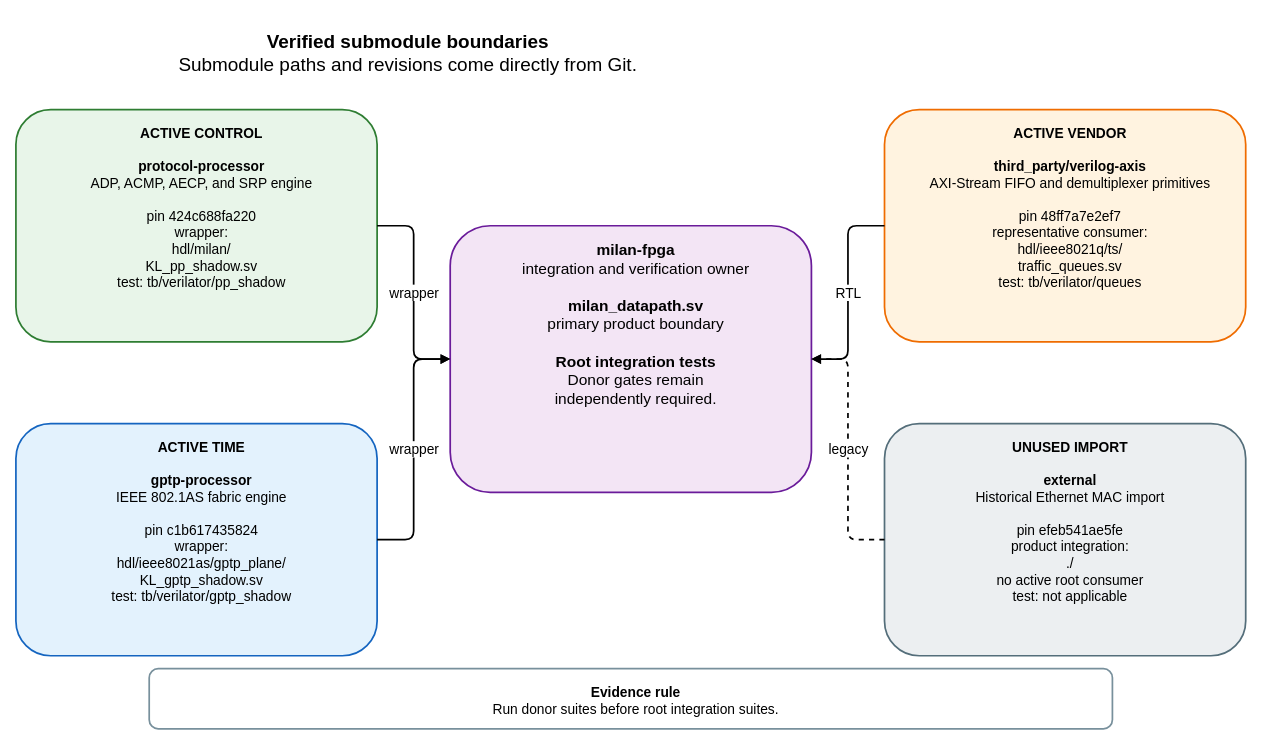
Earlier version of the draw.io diagram docs/diagrams/submodule_boundaries.drawio (kebag-logic/milan-fpga). Source tidied: cells renumbered, new cells numbered last; positions are measured from the earlier drawing's top-left corner, leaving out a move shared by most shapes. Both pictures are drawn from the tidied source at 86%, with x=0, y=0 at pixel (15, 15).
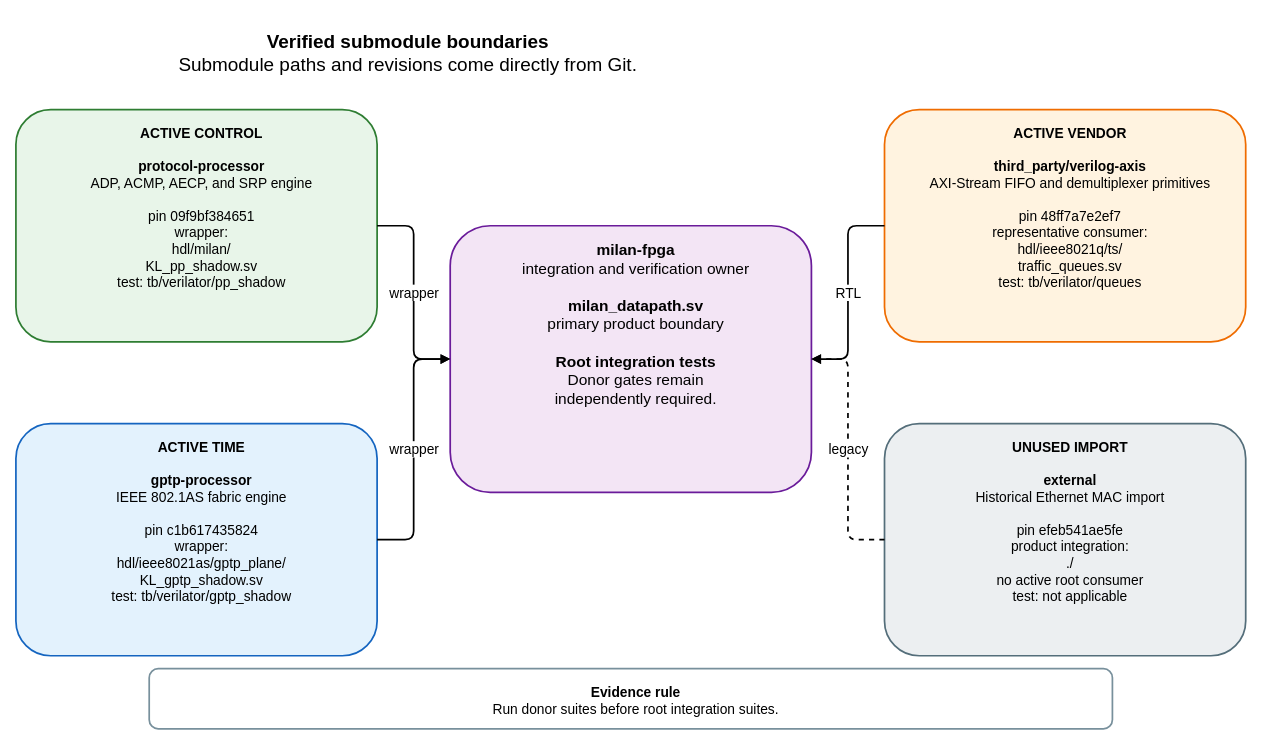
The same page after the edit.

Commit message (it also covers changes not shown here):
Pin the protocol processor at its merged per-type LeaveAll 09f9bf38, re-record its ROM digests and move the parent's line citations and MRP-5 row with it

What changed in the source:
```diff
@@
 <mxGraphModel>
   <root>
     <mxCell id="0" />
     <mxCell id="1" parent="0" />
     <mxCell id="2" value="&lt;b&gt;Verified submodule boundaries&lt;/b&gt;&lt;br&gt;Submodule paths and revisions come directly from Git." style="rounded=1;whiteSpace=wrap;html=1;verticalAlign=top;spacingTop=12;spacingLeft=12;fontSize=22;fontFamily=Helvetica;fillColor=none;strokeColor=none;strokeWidth=2;" parent="1" vertex="1">
       <mxGeometry width="900" height="65" as="geometry" />
     </mxCell>
     <mxCell id="3" value="&lt;b&gt;milan-fpga&lt;/b&gt;&lt;br&gt;integration and verification owner&lt;br&gt;&lt;br&gt;&lt;b&gt;milan_datapath.sv&lt;/b&gt;&lt;br&gt;primary product boundary&lt;br&gt;&lt;br&gt;&lt;b&gt;Root integration tests&lt;/b&gt;&lt;br&gt;Donor gates remain&lt;br&gt;independently required." style="rounded=1;whiteSpace=wrap;html=1;verticalAlign=top;spacingTop=12;spacingLeft=12;fontSize=18;fontFamily=Helvetica;fillColor=#F3E5F5;strokeColor=#6A1B9A;strokeWidth=2;" parent="1" vertex="1">
       <mxGeometry x="505" y="245" width="420" height="310" as="geometry" />
     </mxCell>
-    <mxCell id="4" value="&lt;b&gt;ACTIVE CONTROL&lt;/b&gt;&lt;br&gt;&lt;br&gt;&lt;b&gt;protocol-processor&lt;/b&gt;&lt;br&gt;ADP, ACMP, AECP, and SRP engine&lt;br&gt;&lt;br&gt;pin 424c688fa220&lt;br&gt;wrapper:&lt;br&gt;hdl/milan/&lt;br&gt;KL_pp_shadow.sv&lt;br&gt;test: tb/verilator/pp_shadow" style="rounded=1;whiteSpace=wrap;html=1;verticalAlign=top;spacingTop=12;spacingLeft=12;fontSize=16;fontFamily=Helvetica;fillColor=#E8F5E9;strokeColor=#2E7D32;strokeWidth=2;" parent="1" vertex="1">
+    <mxCell id="4" value="&lt;b&gt;ACTIVE CONTROL&lt;/b&gt;&lt;br&gt;&lt;br&gt;&lt;b&gt;protocol-processor&lt;/b&gt;&lt;br&gt;ADP, ACMP, AECP, and SRP engine&lt;br&gt;&lt;br&gt;pin 09f9bf384651&lt;br&gt;wrapper:&lt;br&gt;hdl/milan/&lt;br&gt;KL_pp_shadow.sv&lt;br&gt;test: tb/verilator/pp_shadow" style="rounded=1;whiteSpace=wrap;html=1;verticalAlign=top;spacingTop=12;spacingLeft=12;fontSize=16;fontFamily=Helvetica;fillColor=#E8F5E9;strokeColor=#2E7D32;strokeWidth=2;" parent="1" vertex="1">
       <mxGeometry y="110" width="420" height="270" as="geometry" />
     </mxCell>
     <mxCell id="5" value="&lt;b&gt;ACTIVE TIME&lt;/b&gt;&lt;br&gt;&lt;br&gt;&lt;b&gt;gptp-processor&lt;/b&gt;&lt;br&gt;IEEE 802.1AS fabric engine&lt;br&gt;&lt;br&gt;pin c1b617435824&lt;br&gt;wrapper:&lt;br&gt;hdl/ieee8021as/gptp_plane/&lt;br&gt;KL_gptp_shadow.sv&lt;br&gt;test: tb/verilator/gptp_shadow" style="rounded=1;whiteSpace=wrap;html=1;verticalAlign=top;spacingTop=12;spacingLeft=12;fontSize=16;fontFamily=Helvetica;fillColor=#E3F2FD;strokeColor=#1565C0;strokeWidth=2;" parent="1" vertex="1">
       <mxGeometry y="475" width="420" height="270" as="geometry" />
     </mxCell>
     <mxCell id="6" value="&lt;b&gt;ACTIVE VENDOR&lt;/b&gt;&lt;br&gt;&lt;br&gt;&lt;b&gt;third_party/verilog-axis&lt;/b&gt;&lt;br&gt;AXI-Stream FIFO and demultiplexer primitives&lt;br&gt;&lt;br&gt;pin 48ff7a7e2ef7&lt;br&gt;representative consumer:&lt;br&gt;hdl/ieee8021q/ts/&lt;br&gt;traffic_queues.sv&lt;br&gt;test: tb/verilator/queues" style="rounded=1;whiteSpace=wrap;html=1;verticalAlign=top;spacingTop=12;spacingLeft=12;fontSize=16;fontFamily=Helvetica;fillColor=#FFF3E0;strokeColor=#EF6C00;strokeWidth=2;" parent="1" vertex="1">
       <mxGeometry x="1010" y="110" width="420" height="270" as="geometry" />
     </mxCell>
     <mxCell id="7" value="&lt;b&gt;UNUSED IMPORT&lt;/b&gt;&lt;br&gt;&lt;br&gt;&lt;b&gt;external&lt;/b&gt;&lt;br&gt;Historical Ethernet MAC import&lt;br&gt;&lt;br&gt;pin efeb541ae5fe&lt;br&gt;product integration:&lt;br&gt;./&lt;br&gt;no active root consumer&lt;br&gt;test: not applicable" style="rounded=1;whiteSpace=wrap;html=1;verticalAlign=top;spacingTop=12;spacingLeft=12;fontSize=16;fontFamily=Helvetica;fillColor=#ECEFF1;strokeColor=#546E7A;strokeWidth=2;" parent="1" vertex="1">
       <mxGeometry x="1010" y="475" width="420" height="270" as="geometry" />
     </mxCell>
     <mxCell id="8" value="wrapper" style="edgeStyle=orthogonalEdgeStyle;rounded=1;jettySize=auto;html=1;endArrow=block;endFill=1;strokeWidth=2;fontSize=16;fontFamily=Helvetica;labelBackgroundColor=#FFFFFF;" parent="1" edge="1" source="4" target="3">
       <mxGeometry relative="1" as="geometry" />
     </mxCell>
     <mxCell id="9" value="wrapper" style="edgeStyle=orthogonalEdgeStyle;rounded=1;jettySize=auto;html=1;endArrow=block;endFill=1;strokeWidth=2;fontSize=16;fontFamily=Helvetica;labelBackgroundColor=#FFFFFF;" parent="1" edge="1" source="5" target="3">
       <mxGeometry relative="1" as="geometry" />
     </mxCell>
     <mxCell id="10" value="RTL" style="edgeStyle=orthogonalEdgeStyle;rounded=1;jettySize=auto;html=1;endArrow=block;endFill=1;strokeWidth=2;fontSize=16;fontFamily=Helvetica;labelBackgroundColor=#FFFFFF;" parent="1" edge="1" source="6" target="3">
       <mxGeometry relative="1" as="geometry" />
     </mxCell>
     <mxCell id="11" value="legacy" style="edgeStyle=orthogonalEdgeStyle;rounded=1;jettySize=auto;html=1;endArrow=block;endFill=1;strokeWidth=2;fontSize=16;fontFamily=Helvetica;labelBackgroundColor=#FFFFFF;dashed=1;" parent="1" edge="1" source="7" target="3">
       <mxGeometry relative="1" as="geometry" />
     </mxCell>
     <mxCell id="12" value="&lt;b&gt;Evidence rule&lt;/b&gt;&lt;br&gt;Run donor suites before root integration suites." style="rounded=1;whiteSpace=wrap;html=1;verticalAlign=top;spacingTop=12;spacingLeft=12;fontSize=16;fontFamily=Helvetica;fillColor=#FFFFFF;strokeColor=#78909C;strokeWidth=2;" parent="1" vertex="1">
       <mxGeometry x="155" y="760" width="1120" height="70" as="geometry" />
     </mxCell>
   </root>
 </mxGraphModel>
```
